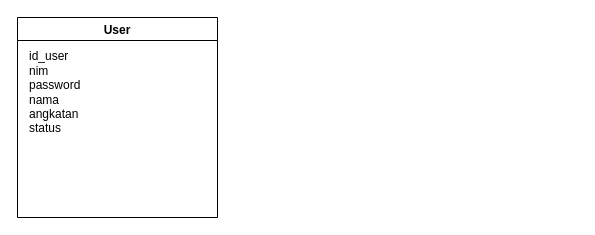
ridhosatriawan/diagrams keeps this draw.io diagram as Diagram Tanpa Judul.drawio. Above is the earlier version. Source tidied: cells renumbered, new cells numbered last; positions are measured from the earlier drawing's top-left corner, leaving out a move shared by most shapes. Both pictures are drawn from the tidied source at 100%, with x=0, y=0 at pixel (17, 17).
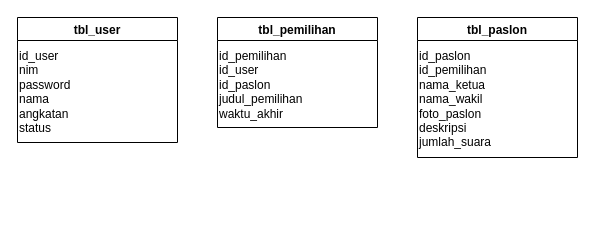
The same page after the edit.

Diff of the diagram source:
```diff
@@
 <mxGraphModel>
   <root>
     <mxCell id="0" />
     <mxCell id="1" parent="0" />
-    <mxCell id="2" value="User" style="swimlane;" parent="1" vertex="1">
-      <mxGeometry width="200" height="200" as="geometry" />
+    <mxCell id="2" value="tbl_user" style="swimlane;" parent="1" vertex="1">
+      <mxGeometry width="160" height="125" as="geometry" />
     </mxCell>
-    <mxCell id="3" value="id_user&lt;br&gt;nim&lt;br&gt;password&lt;br&gt;nama&lt;br&gt;angkatan&lt;br&gt;status" style="text;html=1;align=left;verticalAlign=middle;strokeColor=none;fillColor=none;" parent="2" vertex="1">
-      <mxGeometry x="10" y="25" width="70" height="100" as="geometry" />
+    <mxCell id="3" value="id_user&lt;br&gt;nim&lt;br&gt;password&lt;br&gt;nama&lt;br&gt;angkatan&lt;br&gt;status" style="text;html=1;align=left;verticalAlign=top;strokeColor=none;fillColor=none;" parent="2" vertex="1">
+      <mxGeometry y="25" width="70" height="100" as="geometry" />
     </mxCell>
+    <mxCell id="4" value="tbl_pemilihan" style="swimlane;" parent="1" vertex="1">
+      <mxGeometry x="200" width="160" height="110" as="geometry" />
+    </mxCell>
+    <mxCell id="5" value="&lt;div style=&quot;&quot;&gt;&lt;span style=&quot;background-color: initial;&quot;&gt;id_pemilihan&lt;/span&gt;&lt;/div&gt;&lt;div style=&quot;&quot;&gt;&lt;span style=&quot;background-color: initial;&quot;&gt;id_user&lt;/span&gt;&lt;/div&gt;&lt;div style=&quot;&quot;&gt;&lt;span style=&quot;background-color: initial;&quot;&gt;id_paslon&lt;/span&gt;&lt;/div&gt;&lt;div style=&quot;&quot;&gt;&lt;span style=&quot;background-color: initial;&quot;&gt;judul_pemilihan&lt;/span&gt;&lt;/div&gt;&lt;div style=&quot;&quot;&gt;waktu_akhir&lt;/div&gt;" style="text;html=1;align=left;verticalAlign=top;strokeColor=none;fillColor=none;" parent="4" vertex="1">
+      <mxGeometry y="25" width="110" height="90" as="geometry" />
+    </mxCell>
+    <mxCell id="6" value="tbl_paslon" style="swimlane;" parent="1" vertex="1">
+      <mxGeometry x="400" width="160" height="140" as="geometry" />
+    </mxCell>
+    <mxCell id="7" value="&lt;div style=&quot;&quot;&gt;&lt;span style=&quot;background-color: initial;&quot;&gt;id_paslon&lt;/span&gt;&lt;/div&gt;&lt;div style=&quot;&quot;&gt;&lt;span style=&quot;background-color: initial;&quot;&gt;id_pemilihan&lt;/span&gt;&lt;/div&gt;&lt;div style=&quot;&quot;&gt;&lt;span style=&quot;background-color: initial;&quot;&gt;nama_ketua&lt;/span&gt;&lt;/div&gt;&lt;div style=&quot;&quot;&gt;&lt;span style=&quot;background-color: initial;&quot;&gt;nama_wakil&lt;/span&gt;&lt;/div&gt;&lt;div style=&quot;&quot;&gt;foto_paslon&lt;/div&gt;&lt;div style=&quot;&quot;&gt;deskripsi&lt;/div&gt;&lt;div style=&quot;&quot;&gt;jumlah_suara&lt;/div&gt;" style="text;html=1;align=left;verticalAlign=top;strokeColor=none;fillColor=none;" parent="6" vertex="1">
+      <mxGeometry y="25" width="100" height="110" as="geometry" />
+    </mxCell>
   </root>
 </mxGraphModel>
```
